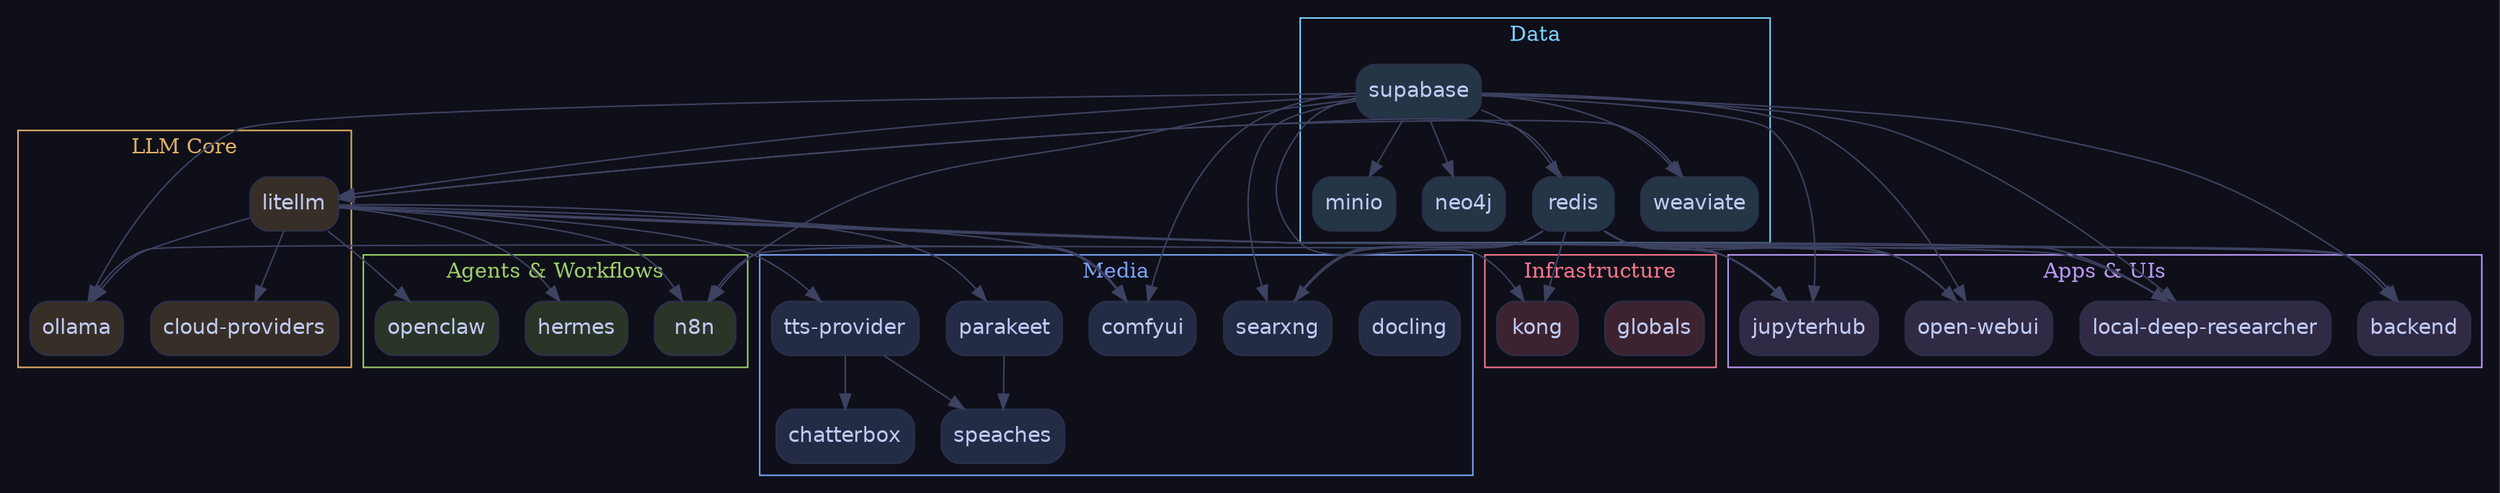
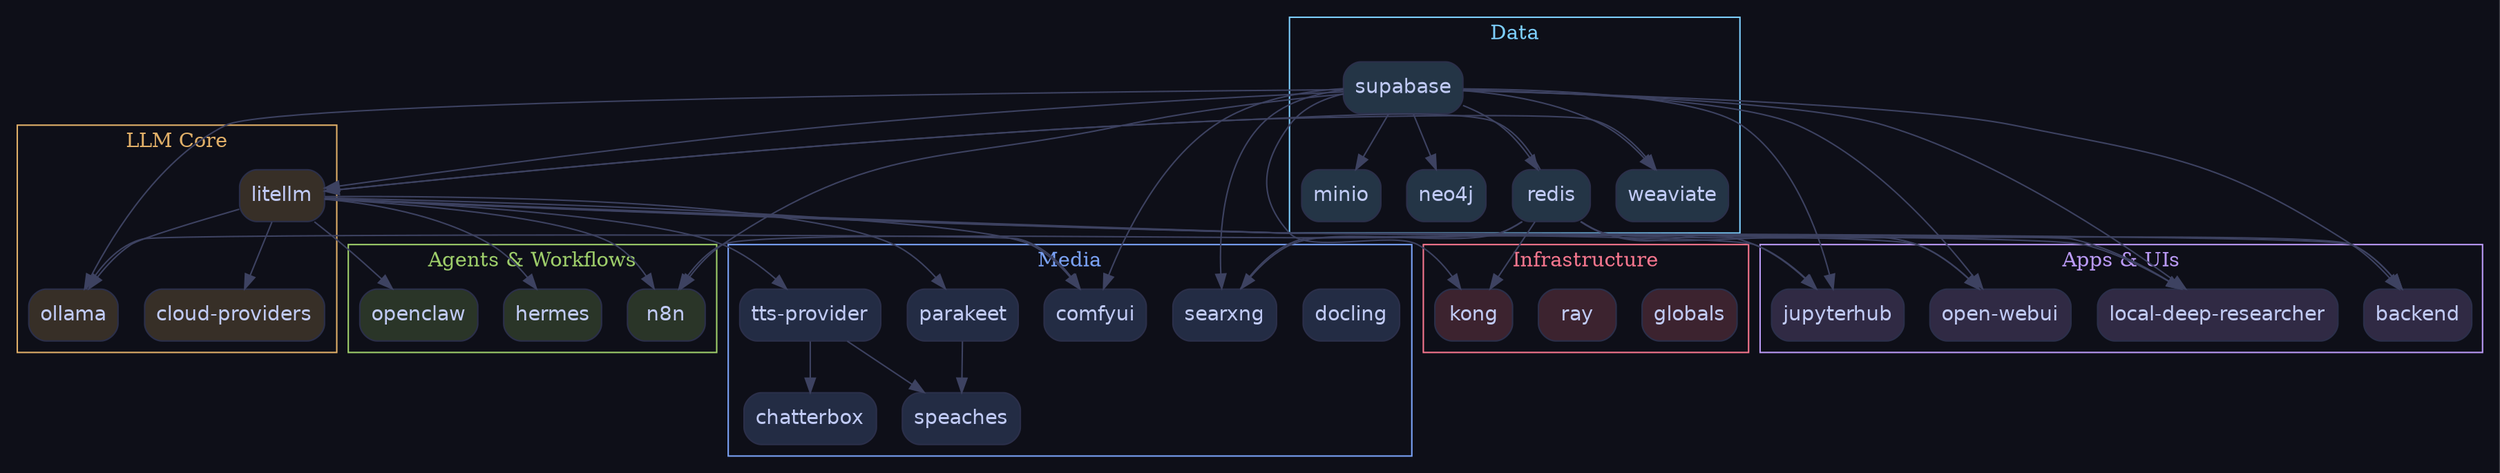
digraph stack {
  rankdir=TB;
  bgcolor="#0e0f18";
  node [shape=box, style="filled,rounded", fontname="Helvetica", fontcolor="#c0caf5", color="#2b2f4a"];
  edge [color="#3d4261"];

  subgraph "cluster_infra" {
    label="Infrastructure";
    fontcolor="#f7768e";
    color="#f7768e";
    "globals" [fillcolor="#f7768e33"];
+     "ray" [fillcolor="#f7768e33"];
    "kong" [fillcolor="#f7768e33"];
  }

  subgraph "cluster_data" {
    label="Data";
    fontcolor="#7dcfff";
    color="#7dcfff";
    "supabase" [fillcolor="#7dcfff33"];
    "minio" [fillcolor="#7dcfff33"];
    "neo4j" [fillcolor="#7dcfff33"];
    "redis" [fillcolor="#7dcfff33"];
    "weaviate" [fillcolor="#7dcfff33"];
  }

  subgraph "cluster_llm" {
    label="LLM Core";
    fontcolor="#e0af68";
    color="#e0af68";
    "litellm" [fillcolor="#e0af6833"];
    "cloud-providers" [fillcolor="#e0af6833"];
    "ollama" [fillcolor="#e0af6833"];
  }

  subgraph "cluster_media" {
    label="Media";
    fontcolor="#7aa2f7";
    color="#7aa2f7";
    "docling" [fillcolor="#7aa2f733"];
    "comfyui" [fillcolor="#7aa2f733"];
    "parakeet" [fillcolor="#7aa2f733"];
    "searxng" [fillcolor="#7aa2f733"];
    "tts-provider" [fillcolor="#7aa2f733"];
    "chatterbox" [fillcolor="#7aa2f733"];
    "speaches" [fillcolor="#7aa2f733"];
  }

  subgraph "cluster_agents" {
    label="Agents & Workflows";
    fontcolor="#9ece6a";
    color="#9ece6a";
    "hermes" [fillcolor="#9ece6a33"];
    "n8n" [fillcolor="#9ece6a33"];
    "openclaw" [fillcolor="#9ece6a33"];
  }

  subgraph "cluster_apps" {
    label="Apps & UIs";
    fontcolor="#bb9af7";
    color="#bb9af7";
    "backend" [fillcolor="#bb9af733"];
    "jupyterhub" [fillcolor="#bb9af733"];
    "open-webui" [fillcolor="#bb9af733"];
    "local-deep-researcher" [fillcolor="#bb9af733"];
  }

  "supabase" -> "backend";
  "redis" -> "backend";
  "litellm" -> "backend";
  "tts-provider" -> "chatterbox";
  "litellm" -> "cloud-providers";
  "supabase" -> "comfyui";
  "litellm" -> "comfyui";
  "ollama" -> "comfyui";
  "litellm" -> "hermes";
  "supabase" -> "jupyterhub";
  "redis" -> "jupyterhub";
  "litellm" -> "jupyterhub";
  "supabase" -> "kong";
  "redis" -> "kong";
  "supabase" -> "litellm";
  "redis" -> "litellm";
  "supabase" -> "local-deep-researcher";
  "searxng" -> "local-deep-researcher";
  "litellm" -> "local-deep-researcher";
  "supabase" -> "minio";
  "supabase" -> "n8n";
  "redis" -> "n8n";
  "litellm" -> "n8n";
  "supabase" -> "neo4j";
  "supabase" -> "ollama";
  "litellm" -> "ollama";
  "supabase" -> "open-webui";
  "redis" -> "open-webui";
  "litellm" -> "open-webui";
  "litellm" -> "openclaw";
  "litellm" -> "parakeet";
  "supabase" -> "redis";
  "supabase" -> "searxng";
  "redis" -> "searxng";
  "parakeet" -> "speaches";
  "tts-provider" -> "speaches";
  "litellm" -> "tts-provider";
  "supabase" -> "weaviate";
  "litellm" -> "weaviate";
}
